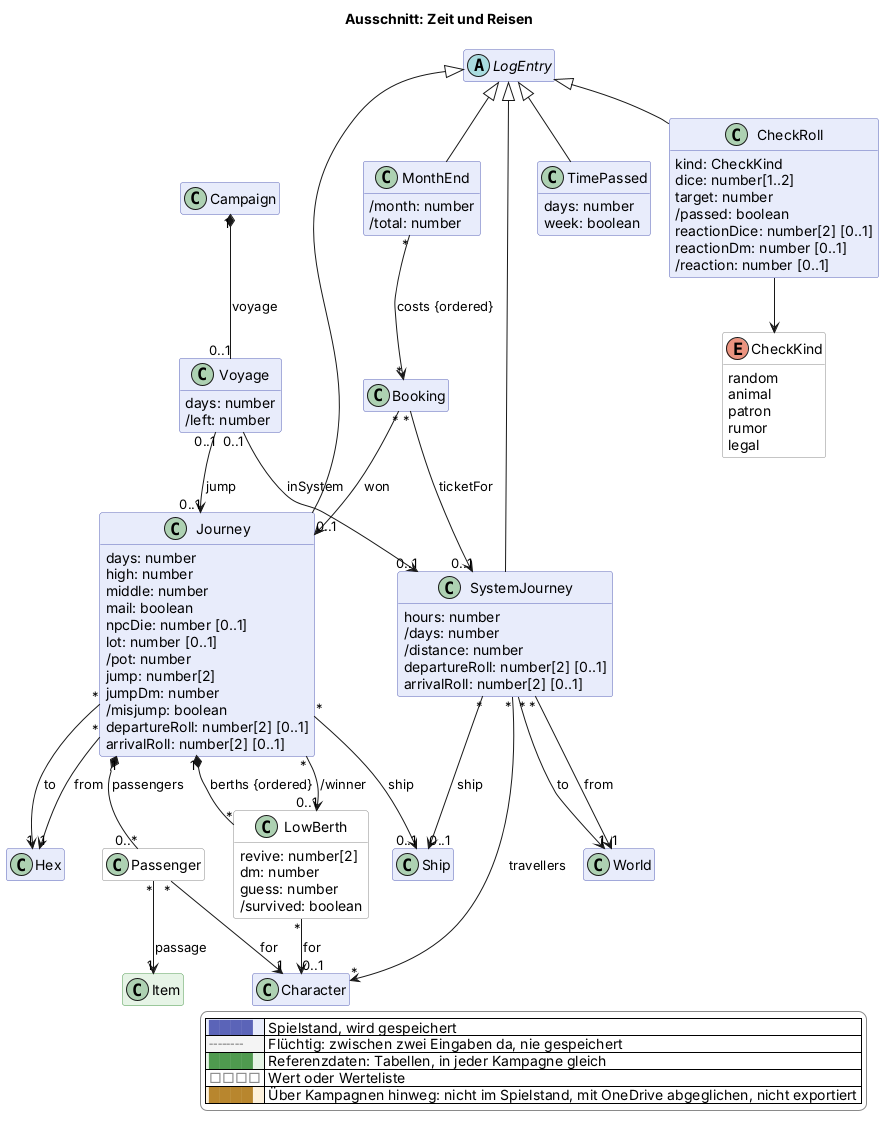
Earlier version of the PlantUML export docs/views/reise.png (scuzzar/SRE).
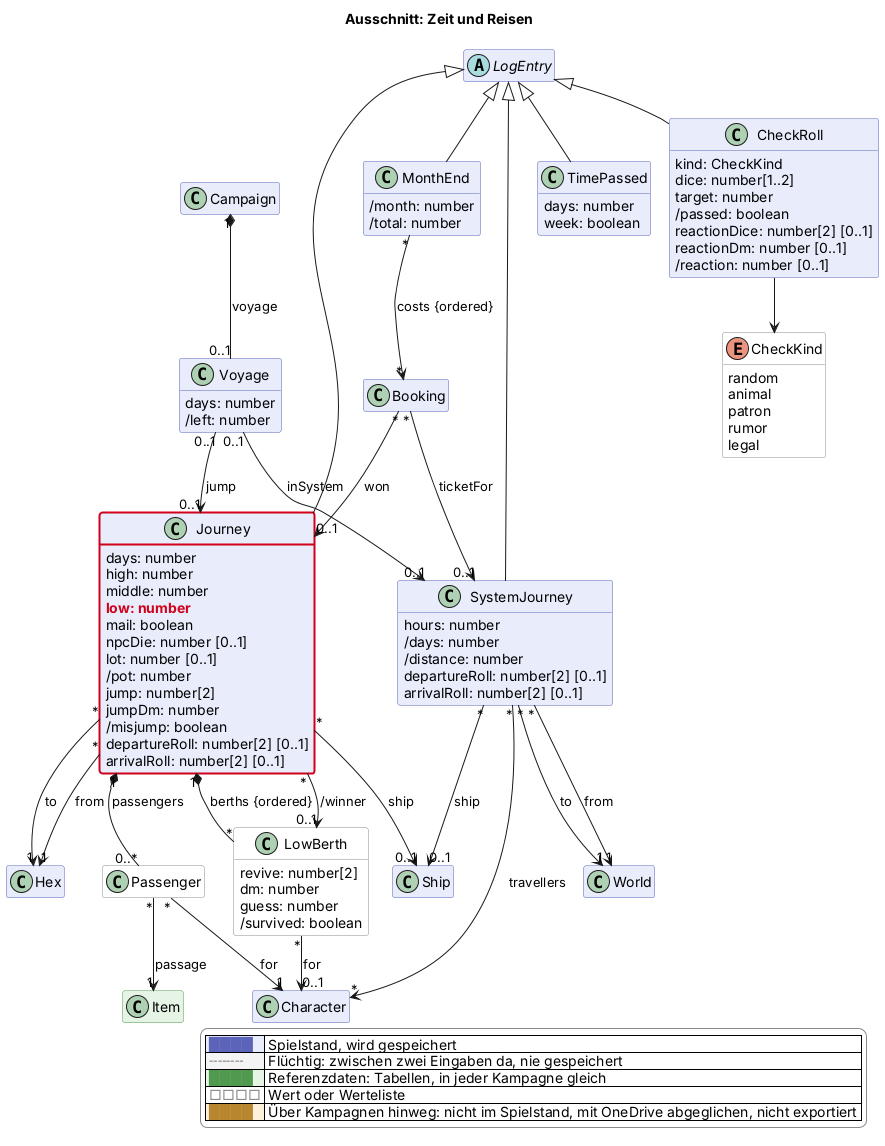
The same file after the commit.

The edit, as a diff of the source:
```diff
@@ -112,6 +112,7 @@
     days: number
     high: number
     middle: number
+    $new("2026-11-27c", "low: number")
     mail: boolean
     npcDie: number [0..1]
     lot: number [0..1]
@@ -193,4 +194,5 @@
   |<#ffffff> <color:#8a8a8a>□□□□</color> | Wert oder Werteliste |
   |<#fdf1dc> <color:#b8862e>████</color> | Über Kampagnen hinweg: nicht im Spielstand, mit OneDrive abgeglichen, nicht exportiert |
 endlegend
+class Journey #line:d0021b;line.bold
 @enduml
```
